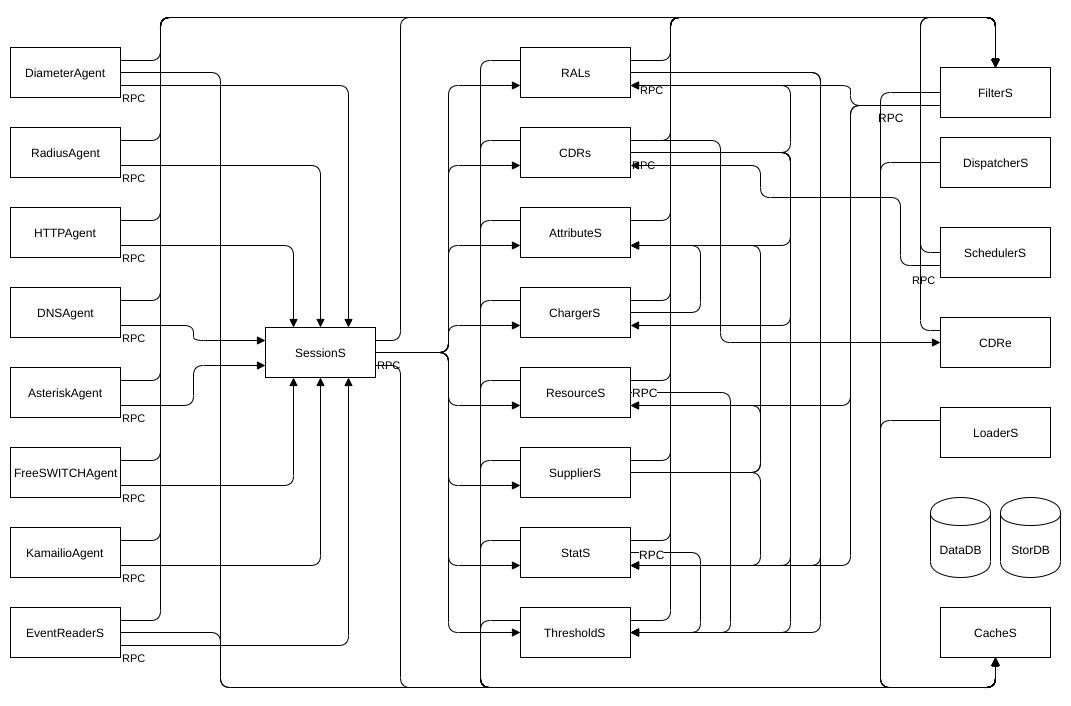
Earlier version of the draw.io export docs/images/CGRateSInternalArchitecture.png (cgrates/cgrates). Source tidied: cells renumbered, new cells last; positions are measured from the earlier drawing's top-left corner, leaving out a move shared by most shapes.
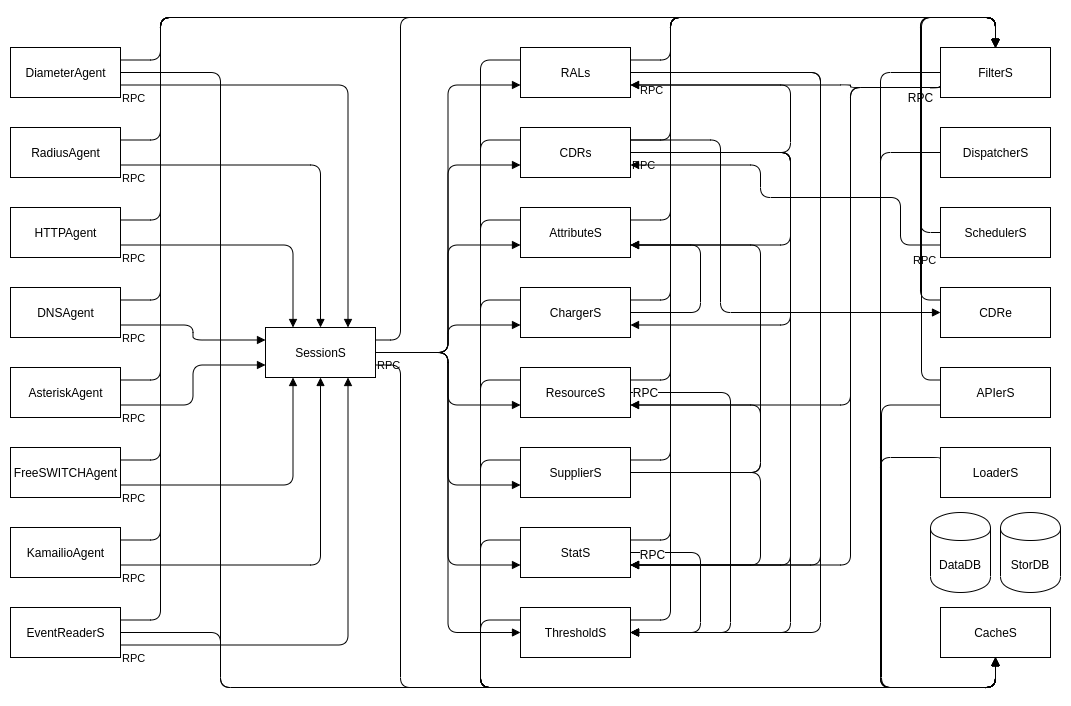
Above is the later version.

Change to the diagram source:
```diff
@@ -51,10 +51,10 @@
       <mxGeometry x="510" y="510" width="110" height="50" as="geometry" />
     </mxCell>
     <mxCell id="18" value="DataDB" style="shape=cylinder;whiteSpace=wrap;html=1;boundedLbl=1;backgroundOutline=1;" parent="1" vertex="1">
-      <mxGeometry x="920" y="480" width="60" height="80" as="geometry" />
+      <mxGeometry x="920" y="495" width="60" height="80" as="geometry" />
     </mxCell>
     <mxCell id="19" value="StorDB" style="shape=cylinder;whiteSpace=wrap;html=1;boundedLbl=1;backgroundOutline=1;" parent="1" vertex="1">
-      <mxGeometry x="990" y="480" width="60" height="80" as="geometry" />
+      <mxGeometry x="990" y="495" width="60" height="80" as="geometry" />
     </mxCell>
     <mxCell id="20" value="RPC" style="endArrow=block;endFill=1;html=1;edgeStyle=orthogonalEdgeStyle;align=left;verticalAlign=top;exitX=1;exitY=0.75;exitDx=0;exitDy=0;entryX=0.75;entryY=0;entryDx=0;entryDy=0;" parent="1" edge="1" source="2" target="9">
       <mxGeometry x="-1" relative="1" as="geometry" />
@@ -66,10 +66,10 @@
       <mxGeometry x="-1" relative="1" as="geometry" />
     </mxCell>
     <mxCell id="23" value="CDRe" style="html=1;" parent="1" vertex="1">
-      <mxGeometry x="930" y="300" width="110" height="50" as="geometry" />
+      <mxGeometry x="930" y="270" width="110" height="50" as="geometry" />
     </mxCell>
     <mxCell id="24" value="SchedulerS" style="html=1;" parent="1" vertex="1">
-      <mxGeometry x="930" y="210" width="110" height="50" as="geometry" />
+      <mxGeometry x="930" y="190" width="110" height="50" as="geometry" />
     </mxCell>
     <mxCell id="25" value="RPC" style="endArrow=block;endFill=1;html=1;edgeStyle=orthogonalEdgeStyle;align=left;verticalAlign=top;exitX=1;exitY=0.75;exitDx=0;exitDy=0;entryX=0;entryY=0.25;entryDx=0;entryDy=0;" parent="1" edge="1" source="5" target="9">
       <mxGeometry x="-1" relative="1" as="geometry" />
@@ -123,7 +123,7 @@
       <mxGeometry x="-1" relative="1" as="geometry" />
     </mxCell>
     <mxCell id="42" value="FilterS" style="html=1;" parent="1" vertex="1">
-      <mxGeometry x="930" y="50" width="110" height="50" as="geometry" />
+      <mxGeometry x="930" y="30" width="110" height="50" as="geometry" />
     </mxCell>
     <mxCell id="43" value="ThresholdS" style="html=1;" parent="1" vertex="1">
       <mxGeometry x="510" y="590" width="110" height="50" as="geometry" />
@@ -135,10 +135,10 @@
       <mxGeometry x="-1" relative="1" as="geometry" />
     </mxCell>
     <mxCell id="46" value="DispatcherS" style="html=1;" parent="1" vertex="1">
-      <mxGeometry x="930" y="120" width="110" height="50" as="geometry" />
+      <mxGeometry x="930" y="110" width="110" height="50" as="geometry" />
     </mxCell>
     <mxCell id="47" value="LoaderS" style="html=1;" parent="1" vertex="1">
-      <mxGeometry x="930" y="390" width="110" height="50" as="geometry" />
+      <mxGeometry x="930" y="430" width="110" height="50" as="geometry" />
     </mxCell>
     <mxCell id="48" style="endArrow=block;endFill=1;html=1;edgeStyle=orthogonalEdgeStyle;align=left;verticalAlign=top;exitX=1;exitY=0.5;exitDx=0;exitDy=0;entryX=1;entryY=0.5;entryDx=0;entryDy=0;" parent="1" edge="1" source="11" target="43">
       <mxGeometry x="-0.98" y="-16" relative="1" as="geometry">
@@ -443,7 +443,7 @@
     <mxCell id="97" style="endArrow=block;endFill=1;html=1;edgeStyle=orthogonalEdgeStyle;align=left;verticalAlign=top;exitX=0;exitY=0.5;exitDx=0;exitDy=0;entryX=0.5;entryY=1;entryDx=0;entryDy=0;" parent="1" edge="1" source="42" target="76">
       <mxGeometry x="-1" relative="1" as="geometry">
         <Array as="points">
-          <mxPoint x="870" y="75" />
+          <mxPoint x="870" y="55" />
           <mxPoint x="870" y="670" />
           <mxPoint x="985" y="670" />
         </Array>
@@ -479,7 +479,7 @@
     <mxCell id="103" style="endArrow=block;endFill=1;html=1;edgeStyle=orthogonalEdgeStyle;align=left;verticalAlign=top;entryX=0.5;entryY=1;entryDx=0;entryDy=0;exitX=0;exitY=0.5;exitDx=0;exitDy=0;" parent="1" edge="1" source="46" target="76">
       <mxGeometry x="-1" relative="1" as="geometry">
         <Array as="points">
-          <mxPoint x="870" y="145" />
+          <mxPoint x="870" y="135" />
           <mxPoint x="870" y="670" />
           <mxPoint x="985" y="670" />
         </Array>
@@ -491,7 +491,8 @@
     <mxCell id="105" style="endArrow=block;endFill=1;html=1;edgeStyle=orthogonalEdgeStyle;align=left;verticalAlign=top;entryX=0.5;entryY=1;entryDx=0;entryDy=0;exitX=0;exitY=0.25;exitDx=0;exitDy=0;" parent="1" edge="1" source="47" target="76">
       <mxGeometry x="-1" relative="1" as="geometry">
         <Array as="points">
-          <mxPoint x="870" y="403" />
+          <mxPoint x="930" y="440" />
+          <mxPoint x="870" y="440" />
           <mxPoint x="870" y="670" />
           <mxPoint x="985" y="670" />
         </Array>
@@ -562,7 +563,8 @@
     <mxCell id="118" style="endArrow=block;endFill=1;html=1;edgeStyle=orthogonalEdgeStyle;align=left;verticalAlign=top;exitX=0;exitY=0.75;exitDx=0;exitDy=0;entryX=1;entryY=0.75;entryDx=0;entryDy=0;" parent="1" edge="1" source="42" target="11">
       <mxGeometry x="-1" relative="1" as="geometry">
         <Array as="points">
-          <mxPoint x="840" y="88" />
+          <mxPoint x="930" y="70" />
+          <mxPoint x="840" y="70" />
           <mxPoint x="840" y="68" />
         </Array>
       </mxGeometry>
@@ -671,7 +673,7 @@
       <mxGeometry x="-1" relative="1" as="geometry">
         <Array as="points">
           <mxPoint x="710" y="123" />
-          <mxPoint x="710" y="325" />
+          <mxPoint x="710" y="295" />
         </Array>
       </mxGeometry>
     </mxCell>
@@ -681,7 +683,8 @@
     <mxCell id="139" style="endArrow=block;endFill=1;html=1;edgeStyle=orthogonalEdgeStyle;align=left;verticalAlign=top;exitX=0;exitY=0.75;exitDx=0;exitDy=0;entryX=1;entryY=0.75;entryDx=0;entryDy=0;" parent="1" edge="1" source="42" target="17">
       <mxGeometry x="-1" relative="1" as="geometry">
         <Array as="points">
-          <mxPoint x="840" y="88" />
+          <mxPoint x="930" y="70" />
+          <mxPoint x="840" y="70" />
           <mxPoint x="840" y="548" />
         </Array>
       </mxGeometry>
@@ -690,12 +693,13 @@
       <mxGeometry x="-1" relative="1" as="geometry" />
     </mxCell>
     <mxCell id="141" value="RPC" style="text;html=1;align=center;verticalAlign=middle;" parent="1" vertex="1">
-      <mxGeometry x="860" y="90" width="40" height="20" as="geometry" />
+      <mxGeometry x="890" y="70" width="40" height="20" as="geometry" />
     </mxCell>
     <mxCell id="142" style="endArrow=block;endFill=1;html=1;edgeStyle=orthogonalEdgeStyle;align=left;verticalAlign=top;exitX=0;exitY=0.75;exitDx=0;exitDy=0;entryX=1;entryY=0.75;entryDx=0;entryDy=0;" parent="1" edge="1" source="42" target="13">
       <mxGeometry x="-1" relative="1" as="geometry">
         <Array as="points">
-          <mxPoint x="840" y="88" />
+          <mxPoint x="930" y="70" />
+          <mxPoint x="840" y="70" />
           <mxPoint x="840" y="388" />
         </Array>
       </mxGeometry>
@@ -706,7 +710,7 @@
     <mxCell id="144" value="RPC" style="endArrow=block;endFill=1;html=1;edgeStyle=orthogonalEdgeStyle;align=left;verticalAlign=top;exitX=0;exitY=0.75;exitDx=0;exitDy=0;entryX=1;entryY=0.75;entryDx=0;entryDy=0;" parent="1" edge="1" source="24" target="10">
       <mxGeometry x="-0.85" y="2" relative="1" as="geometry">
         <Array as="points">
-          <mxPoint x="890" y="248" />
+          <mxPoint x="890" y="228" />
           <mxPoint x="890" y="180" />
           <mxPoint x="750" y="180" />
           <mxPoint x="750" y="148" />
@@ -719,7 +723,7 @@
     <mxCell id="146" style="endArrow=block;endFill=1;html=1;edgeStyle=orthogonalEdgeStyle;align=left;verticalAlign=top;exitX=0;exitY=0.5;exitDx=0;exitDy=0;entryX=0.5;entryY=0;entryDx=0;entryDy=0;" parent="1" edge="1" source="24" target="42">
       <mxGeometry x="-1" relative="1" as="geometry">
         <Array as="points">
-          <mxPoint x="910" y="235" />
+          <mxPoint x="910" y="215" />
           <mxPoint x="910" />
           <mxPoint x="985" />
         </Array>
@@ -731,7 +735,7 @@
     <mxCell id="148" style="endArrow=block;endFill=1;html=1;edgeStyle=orthogonalEdgeStyle;align=left;verticalAlign=top;exitX=0;exitY=0.25;exitDx=0;exitDy=0;entryX=0.5;entryY=0;entryDx=0;entryDy=0;" parent="1" edge="1" source="23" target="42">
       <mxGeometry x="-1" relative="1" as="geometry">
         <Array as="points">
-          <mxPoint x="910" y="313" />
+          <mxPoint x="910" y="283" />
           <mxPoint x="910" />
           <mxPoint x="985" />
         </Array>
@@ -740,5 +744,29 @@
     <mxCell id="149" style="html=1;align=left;verticalAlign=bottom;labelBackgroundColor=#ffffff;fontSize=10;" parent="148" vertex="1">
       <mxGeometry x="-1" relative="1" as="geometry" />
     </mxCell>
+    <mxCell id="150" value="APIerS" style="html=1;" parent="1" vertex="1">
+      <mxGeometry x="930" y="350" width="110" height="50" as="geometry" />
+    </mxCell>
+    <mxCell id="151" style="endArrow=block;endFill=1;html=1;edgeStyle=orthogonalEdgeStyle;align=left;verticalAlign=top;entryX=0.5;entryY=0;entryDx=0;entryDy=0;exitX=0;exitY=0.25;exitDx=0;exitDy=0;" parent="1" edge="1" source="150" target="42">
+      <mxGeometry x="-1" relative="1" as="geometry">
+        <Array as="points">
+          <mxPoint x="911" y="363" />
+          <mxPoint x="911" />
+          <mxPoint x="985" />
+        </Array>
+      </mxGeometry>
+    </mxCell>
+    <mxCell id="152" style="endArrow=block;endFill=1;html=1;edgeStyle=orthogonalEdgeStyle;align=left;verticalAlign=top;entryX=0.5;entryY=1;entryDx=0;entryDy=0;exitX=0;exitY=0.75;exitDx=0;exitDy=0;" parent="1" edge="1" source="150" target="76">
+      <mxGeometry x="-1" relative="1" as="geometry">
+        <Array as="points">
+          <mxPoint x="871" y="388" />
+          <mxPoint x="871" y="670" />
+          <mxPoint x="985" y="670" />
+        </Array>
+      </mxGeometry>
+    </mxCell>
+    <mxCell id="153" style="html=1;align=left;verticalAlign=bottom;labelBackgroundColor=#ffffff;fontSize=10;" parent="152" vertex="1">
+      <mxGeometry x="-1" relative="1" as="geometry" />
+    </mxCell>
   </root>
 </mxGraphModel>
```
